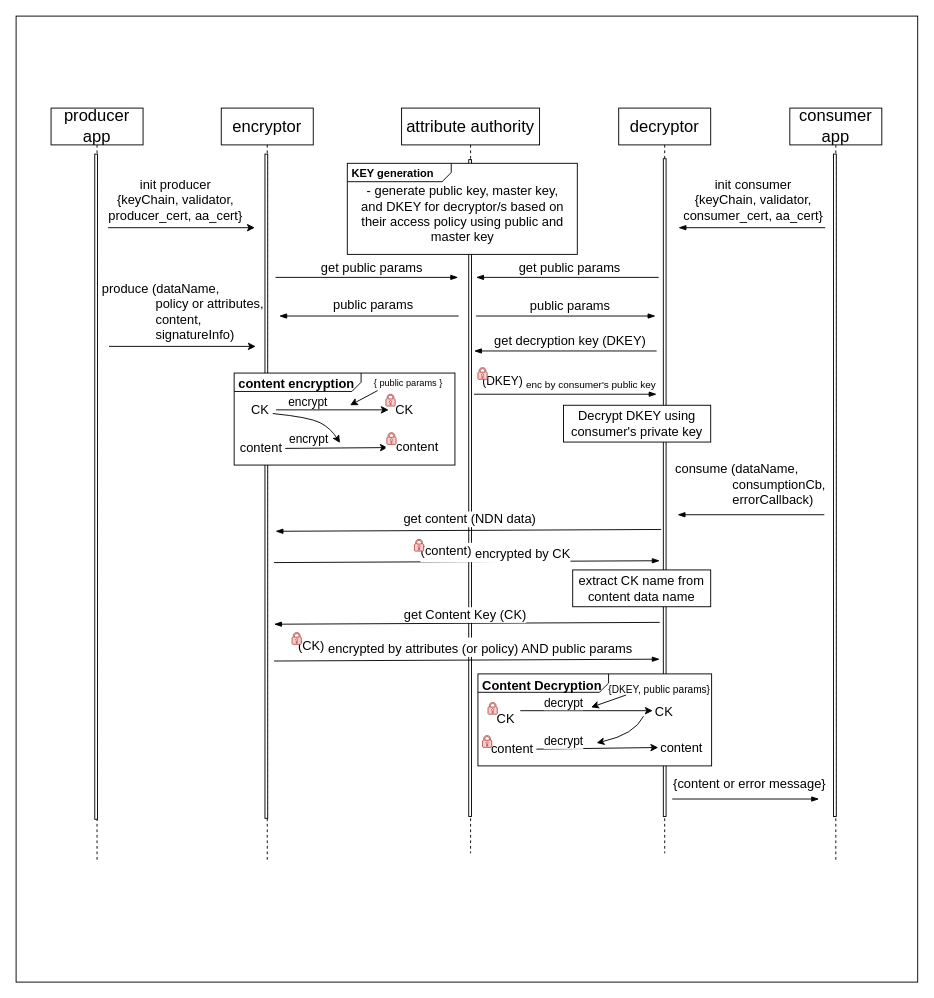
Earlier version of the draw.io diagram page "Page-1" (1 of 2) of seq-nac-revisit.drawio (dulalsaurab/NDNHealth). Source tidied: cells renumbered, new cells numbered last; positions are measured from the earlier drawing's top-left corner, leaving out a move shared by most shapes. Both pictures are drawn from the tidied source at 92%, with x=0, y=0 at pixel (16, 16).
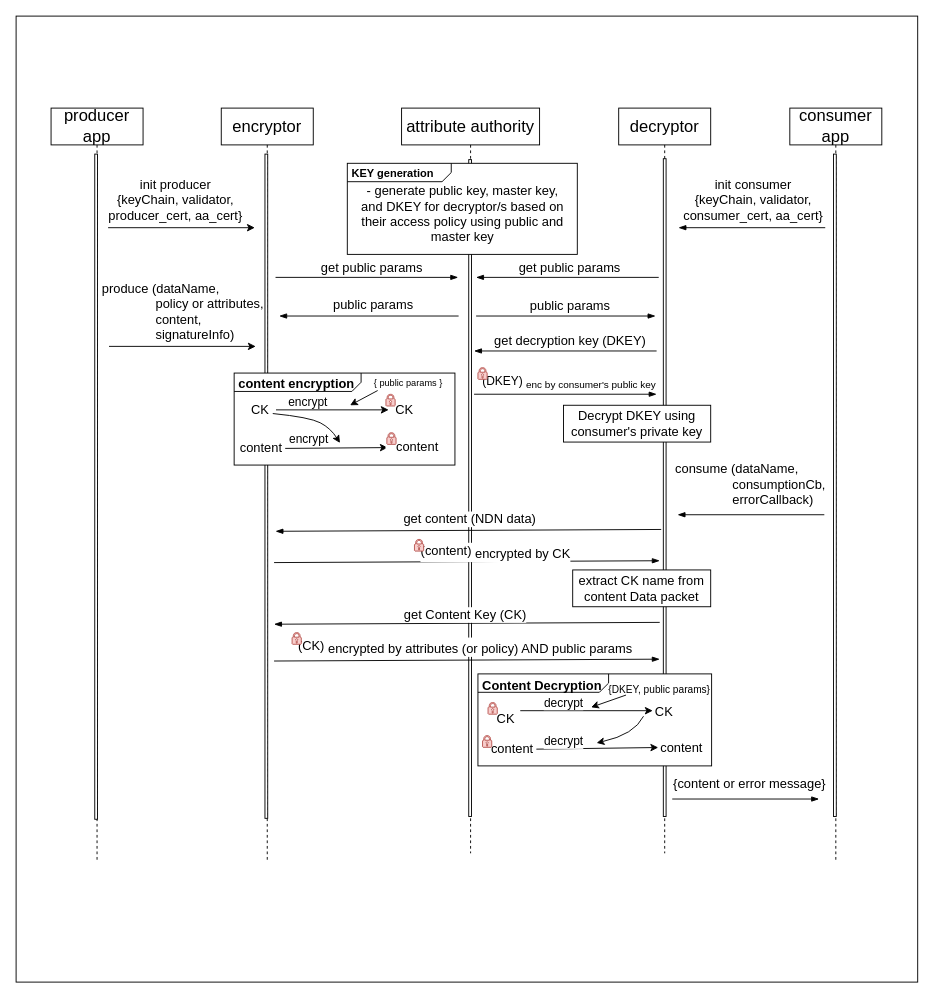
After the change.

The edit, as a diff of the source:
```diff
@@
-    <mxCell id="35" value="&lt;font style=&quot;font-size: 14px;&quot;&gt;extract CK name from content data name&lt;/font&gt;" style="rounded=0;whiteSpace=wrap;html=1;" parent="1" vertex="1">
+    <mxCell id="35" value="&lt;font style=&quot;font-size: 14px;&quot;&gt;extract CK name from content Data packet&lt;/font&gt;" style="rounded=0;whiteSpace=wrap;html=1;" parent="1" vertex="1">
       <mxGeometry x="605" y="602" width="150" height="40" as="geometry" />
     </mxCell>
```
